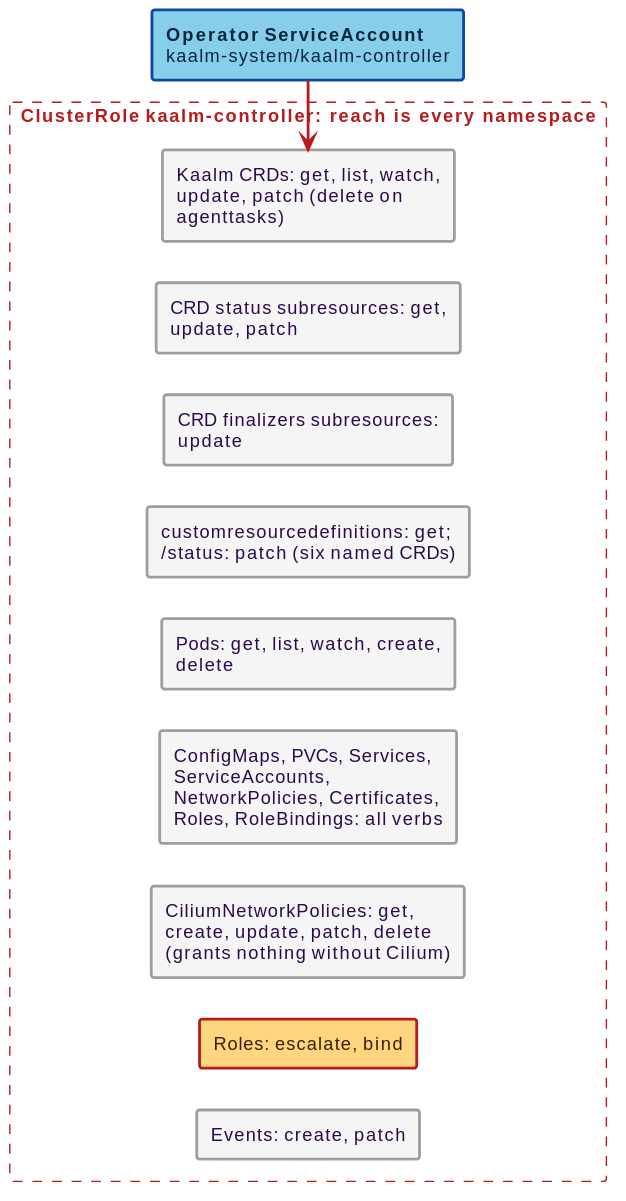
win07xp/kaalm keeps this PlantUML diagram as docs/src/diagrams/operator-rbac-cluster.svg. Above is the earlier version. Source of this version:
```plantuml
@startuml
!include _style.puml
skinparam nodesep 14
skinparam ranksep 30
skinparam rectangle {
  roundCorner 4
}
rectangle "**Operator ServiceAccount** kaalm-system/kaalm-controller" as OPSA #back:87CEEB;line:0D47A1;line.bold;text:0a2540
rectangle "**ClusterRole** kaalm-controller: reach is every namespace" as band #line:B71C1C;line.dashed;text:B71C1C {
  rectangle "Kaalm CRDs: get, list, watch, update, patch (delete on agenttasks)" as crds #back:F5F5F5;line:9E9E9E;line.bold;text:2a0a4a
  rectangle "CRD status subresources: get, update, patch" as status #back:F5F5F5;line:9E9E9E;line.bold;text:2a0a4a
  rectangle "CRD finalizers subresources: update" as fin #back:F5F5F5;line:9E9E9E;line.bold;text:2a0a4a
  rectangle "customresourcedefinitions: get; /status: patch (six named CRDs)" as crddef #back:F5F5F5;line:9E9E9E;line.bold;text:2a0a4a
  rectangle "Pods: get, list, watch, create, delete" as pods #back:F5F5F5;line:9E9E9E;line.bold;text:2a0a4a
  rectangle "ConfigMaps, PVCs, Services, ServiceAccounts, NetworkPolicies, Certificates, Roles, RoleBindings: all verbs" as core #back:F5F5F5;line:9E9E9E;line.bold;text:2a0a4a
  rectangle "CiliumNetworkPolicies: get, create, update, patch, delete (grants nothing without Cilium)" as cnp #back:F5F5F5;line:9E9E9E;line.bold;text:2a0a4a
  rectangle "Roles: escalate, bind" as secs #back:FFD580;line:B71C1C;line.bold;text:3a1f00
  rectangle "Events: create, patch" as ev #back:F5F5F5;line:9E9E9E;line.bold;text:2a0a4a
}
OPSA -[#B71C1C,bold]-> crds
crds -[hidden]down- status
status -[hidden]down- fin
fin -[hidden]down- crddef
crddef -[hidden]down- pods
pods -[hidden]down- core
core -[hidden]down- cnp
cnp -[hidden]down- secs
secs -[hidden]down- ev
@enduml
```
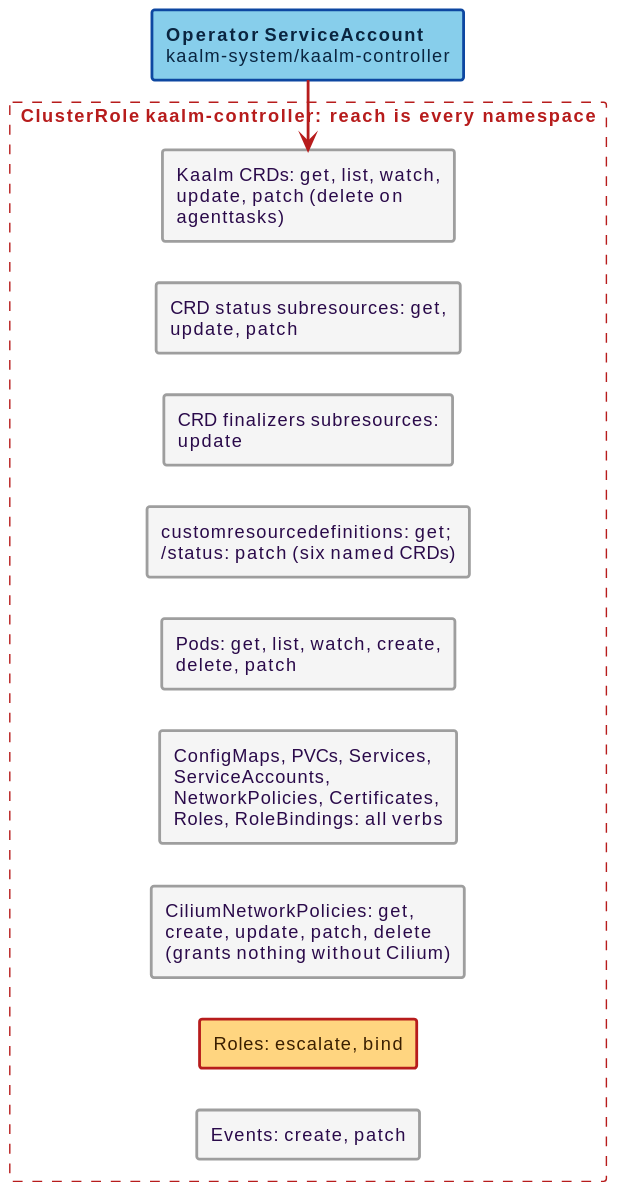
After the commit.

What changed in the source:
```diff
@@ -11,7 +11,7 @@
   rectangle "CRD status subresources: get, update, patch" as status #back:F5F5F5;line:9E9E9E;line.bold;text:2a0a4a
   rectangle "CRD finalizers subresources: update" as fin #back:F5F5F5;line:9E9E9E;line.bold;text:2a0a4a
   rectangle "customresourcedefinitions: get; /status: patch (six named CRDs)" as crddef #back:F5F5F5;line:9E9E9E;line.bold;text:2a0a4a
-  rectangle "Pods: get, list, watch, create, delete" as pods #back:F5F5F5;line:9E9E9E;line.bold;text:2a0a4a
+  rectangle "Pods: get, list, watch, create, delete, patch" as pods #back:F5F5F5;line:9E9E9E;line.bold;text:2a0a4a
   rectangle "ConfigMaps, PVCs, Services, ServiceAccounts, NetworkPolicies, Certificates, Roles, RoleBindings: all verbs" as core #back:F5F5F5;line:9E9E9E;line.bold;text:2a0a4a
   rectangle "CiliumNetworkPolicies: get, create, update, patch, delete (grants nothing without Cilium)" as cnp #back:F5F5F5;line:9E9E9E;line.bold;text:2a0a4a
   rectangle "Roles: escalate, bind" as secs #back:FFD580;line:B71C1C;line.bold;text:3a1f00
```
